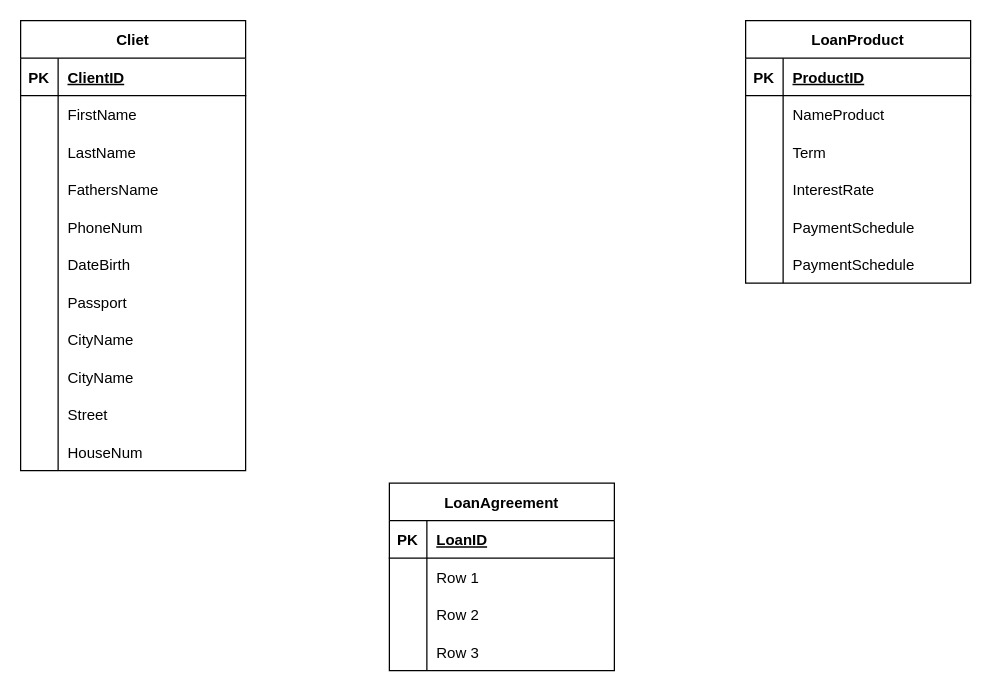
Before: Диаграмма без названия.drawio in RadmirSalikhov/job4j_elementary, a draw.io diagram. Source tidied: cells renumbered, new cells numbered last; positions are measured from the earlier drawing's top-left corner, leaving out a move shared by most shapes. Both pictures are drawn from the tidied source at 125%, with x=0, y=0 at pixel (20, 20).
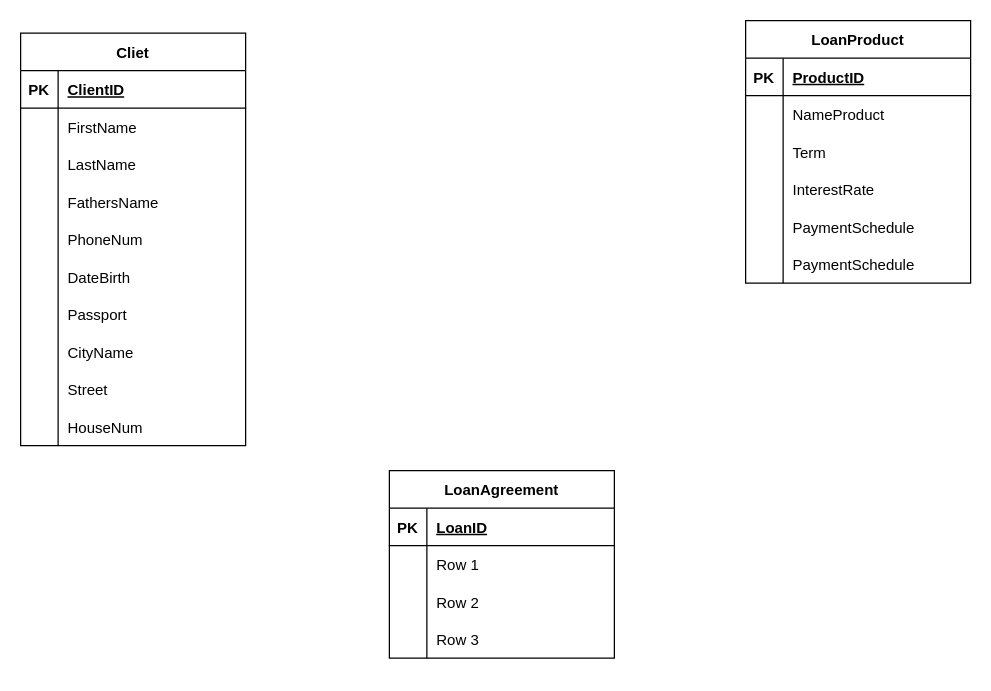
After the change.

Change to the diagram source:
```diff
@@
     <mxCell id="2" value="Cliet" style="shape=table;startSize=30;childLayout=tableLayout;rowLines=0;fontStyle=1;align=center;" parent="1" vertex="1">
-      <mxGeometry width="180" height="360" as="geometry" />
+      <mxGeometry y="10" width="180" height="330" as="geometry" />
     </mxCell>
@@
-    <mxCell id="24" style="shape=tableRow;horizontal=0;startSize=0;swimlaneHead=0;swimlaneBody=0;fillColor=none;top=0;left=0;right=0;bottom=0;" parent="2" vertex="1">
-      <mxGeometry y="240" width="180" height="30" as="geometry" />
-    </mxCell>
-    <mxCell id="25" style="shape=partialRectangle;fillColor=none;top=0;left=0;bottom=0;right=0;overflow=hidden;" parent="24" vertex="1">
-      <mxGeometry width="30" height="30" as="geometry" />
-    </mxCell>
-    <mxCell id="26" value="CityName" style="shape=partialRectangle;fillColor=none;top=0;left=0;bottom=0;right=0;align=left;spacingLeft=6;overflow=hidden;" parent="24" vertex="1">
-      <mxGeometry x="30" width="150" height="30" as="geometry" />
-    </mxCell>
     <mxCell id="27" style="shape=tableRow;horizontal=0;startSize=0;swimlaneHead=0;swimlaneBody=0;fillColor=none;top=0;left=0;right=0;bottom=0;" parent="2" vertex="1">
-      <mxGeometry y="270" width="180" height="30" as="geometry" />
+      <mxGeometry y="240" width="180" height="30" as="geometry" />
     </mxCell>
@@
     <mxCell id="30" style="shape=tableRow;horizontal=0;startSize=0;swimlaneHead=0;swimlaneBody=0;fillColor=none;top=0;left=0;right=0;bottom=0;" parent="2" vertex="1">
-      <mxGeometry y="300" width="180" height="30" as="geometry" />
+      <mxGeometry y="270" width="180" height="30" as="geometry" />
     </mxCell>
@@
     <mxCell id="33" style="shape=tableRow;horizontal=0;startSize=0;swimlaneHead=0;swimlaneBody=0;fillColor=none;top=0;left=0;right=0;bottom=0;" parent="2" vertex="1">
-      <mxGeometry y="330" width="180" height="30" as="geometry" />
+      <mxGeometry y="300" width="180" height="30" as="geometry" />
     </mxCell>
@@
     <mxCell id="55" value="LoanAgreement" style="shape=table;startSize=30;childLayout=tableLayout;rowLines=0;fontStyle=1;align=center;" parent="1" vertex="1">
-      <mxGeometry x="295" y="370" width="180" height="150" as="geometry" />
+      <mxGeometry x="295" y="360" width="180" height="150" as="geometry" />
     </mxCell>
```
